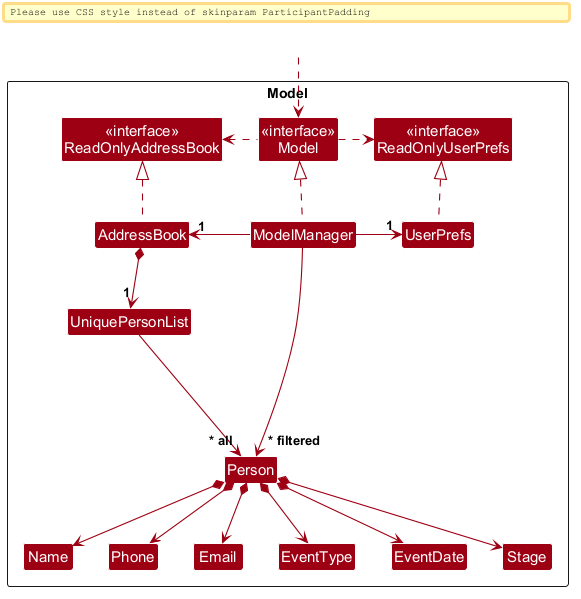
Before: docs/images/ModelClassDiagram.png, a diagram exported from PlantUML (24JonW/tp).
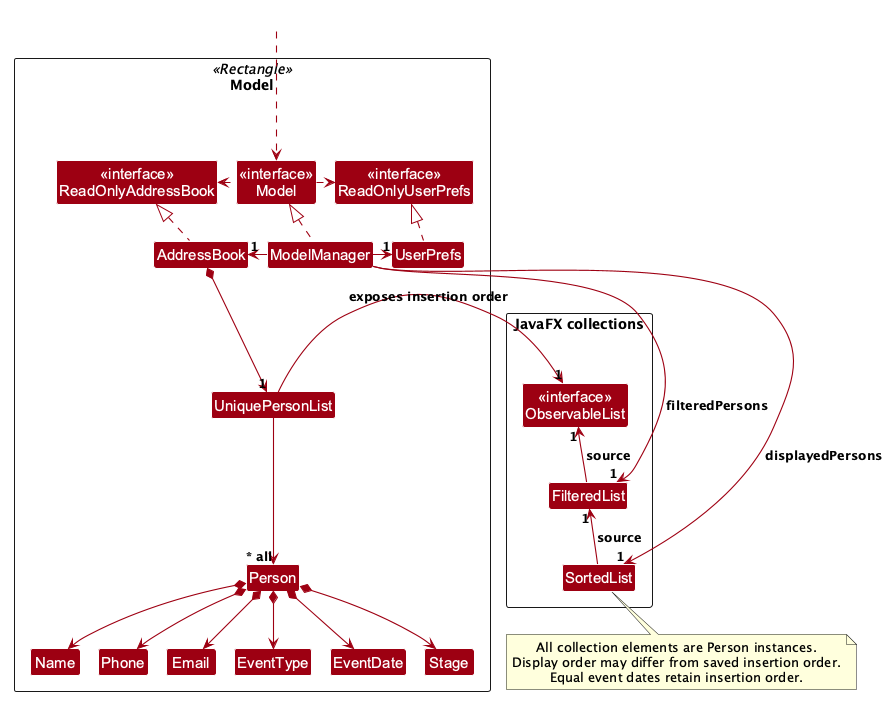
After the change.

Commit message:
Document sorted model views and upcoming execution in UML

The edit, as a diff of the source:
```diff
@@ -1,4 +1,5 @@
 @startuml
+!pragma layout smetana
 !include style.puml
 skinparam arrowThickness 1.1
 skinparam arrowColor MODEL_COLOR
@@ -27,6 +28,12 @@
 Class HiddenOutside #FFFFFF
 HiddenOutside ..> Model
 
+Package "JavaFX collections" as JavaFxPackage <<Rectangle>> {
+Class "<<interface>>\nObservableList" as ObservablePersonList
+Class "FilteredList" as FilteredPersonList
+Class "SortedList" as SortedPersonList
+}
+
 AddressBook .up.|> ReadOnlyAddressBook
 
 ModelManager .up.|> Model
@@ -54,5 +61,15 @@
 EventType -[hidden]right-> EventDate
 EventDate -[hidden]right-> Stage
 
-ModelManager --> "~* filtered" Person
+ModelManager -right-> "1" FilteredPersonList : filteredPersons
+ModelManager -right-> "1" SortedPersonList : displayedPersons
+UniquePersonList -right-> "1" ObservablePersonList : exposes insertion order
+FilteredPersonList -up-> "1" ObservablePersonList : source
+SortedPersonList -up-> "1" FilteredPersonList : source
+
+note bottom of SortedPersonList
+  All collection elements are Person instances.
+  Display order may differ from saved insertion order.
+  Equal event dates retain insertion order.
+end note
 @enduml
```
